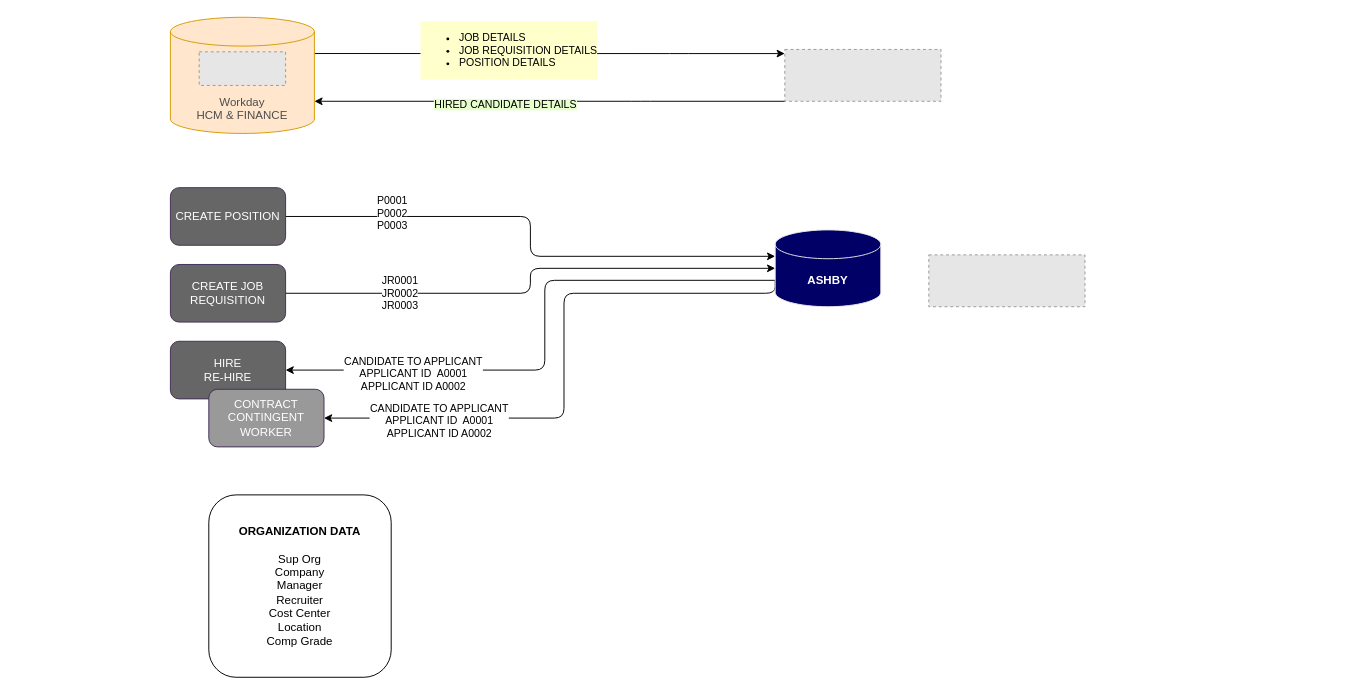
Above: ASHBY Recruiting Integration.drawio in sandyaroma/sandyaroma (draw.io), before the change. Source tidied: cells renumbered, new cells numbered last; positions are measured from the earlier drawing's top-left corner, leaving out a move shared by most shapes. Both pictures are drawn from the tidied source at 96%, with x=0, y=0 at pixel (16, 16). Pictures stored in the file or linked from it are replaced by grey dashed boxes.
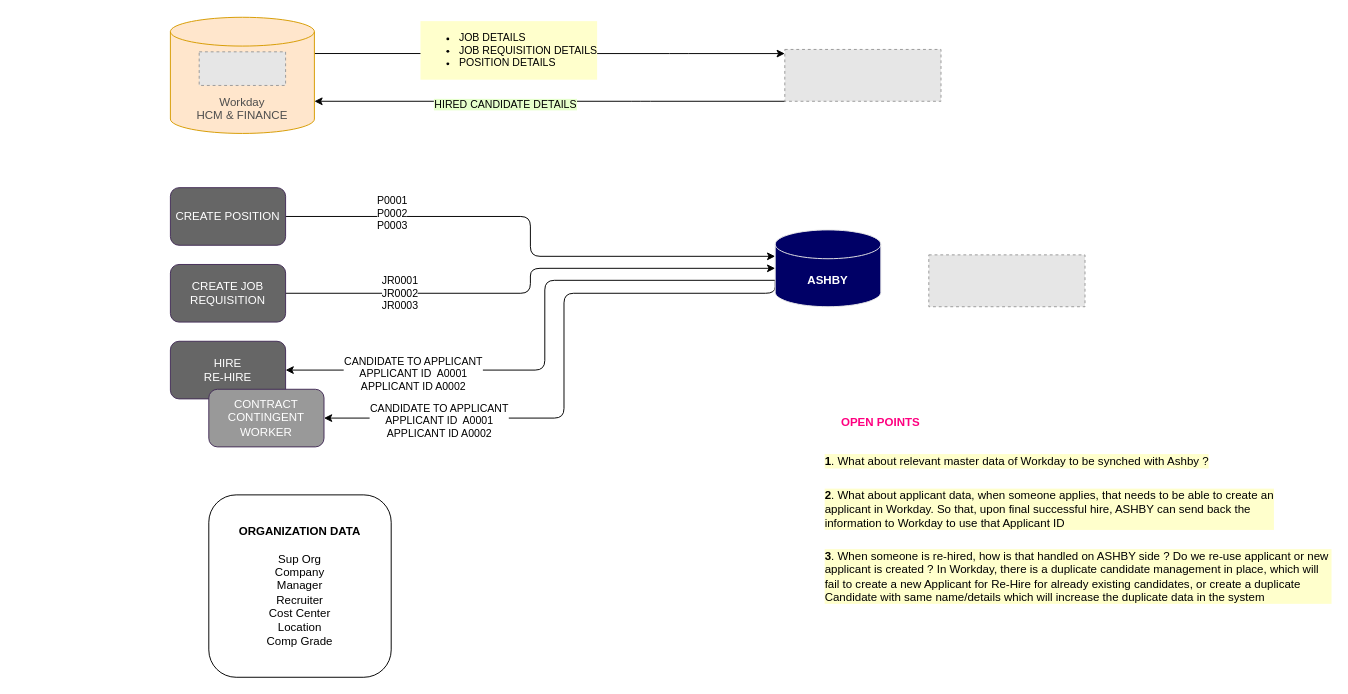
The same diagram, later.

Change to the diagram source:
```diff
@@
+    <mxCell id="25" value="&lt;b&gt;1&lt;/b&gt;. What about relevant master data of Workday to be synched with Ashby ?" style="text;html=1;align=left;verticalAlign=middle;whiteSpace=wrap;rounded=0;labelBackgroundColor=#FFFFCC;" parent="1" vertex="1">
+      <mxGeometry x="840" y="448" width="530" height="30" as="geometry" />
+    </mxCell>
+    <mxCell id="26" value="&lt;b&gt;2&lt;/b&gt;. What about applicant data, when someone applies, that needs to be able to create an applicant in Workday. So that, upon final successful hire, ASHBY can send back the information to Workday to use that Applicant ID" style="text;html=1;align=left;verticalAlign=middle;whiteSpace=wrap;rounded=0;labelBackgroundColor=#FFFFCC;" parent="1" vertex="1">
+      <mxGeometry x="840" y="498" width="470" height="30" as="geometry" />
+    </mxCell>
+    <mxCell id="27" value="&lt;b&gt;3&lt;/b&gt;. When someone is re-hired, how is that handled on ASHBY side ? Do we re-use applicant or new applicant is created ? In Workday, there is a duplicate candidate management in place, which will fail to create a new Applicant for Re-Hire for already existing candidates, or create a duplicate Candidate with same name/details which will increase the duplicate data in the system" style="text;html=1;align=left;verticalAlign=middle;whiteSpace=wrap;rounded=0;labelBackgroundColor=#FFFFCC;" parent="1" vertex="1">
+      <mxGeometry x="840" y="558" width="530" height="50" as="geometry" />
+    </mxCell>
+    <mxCell id="28" value="&lt;b&gt;&lt;font&gt;OPEN POINTS&lt;/font&gt;&lt;/b&gt;" style="text;html=1;align=center;verticalAlign=middle;whiteSpace=wrap;rounded=0;fontColor=#FF0080;" parent="1" vertex="1">
+      <mxGeometry x="840" y="408" width="120" height="30" as="geometry" />
+    </mxCell>
```
